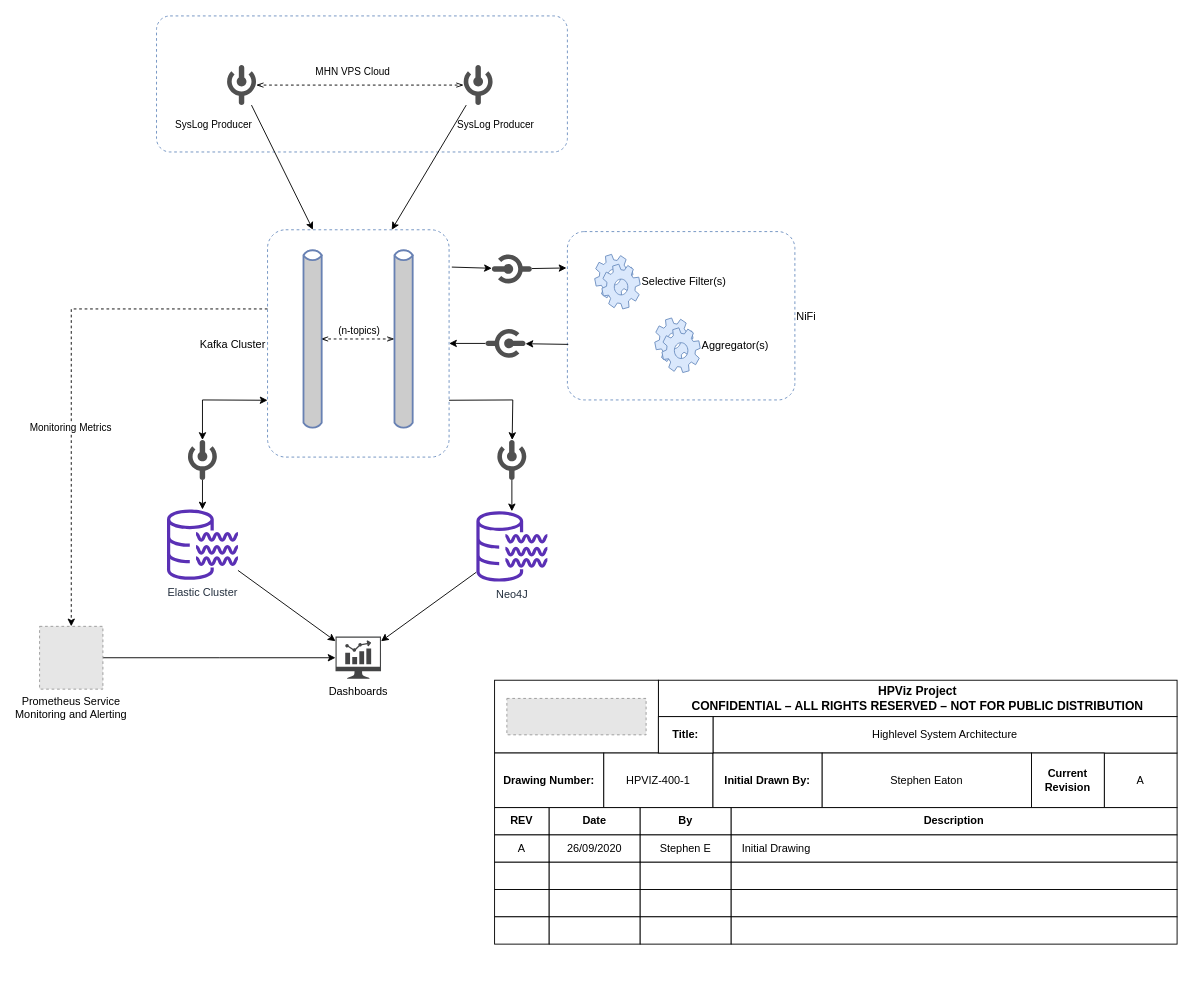
lukeburciu/hpviz keeps this draw.io diagram as drawings/Highlevel System Architect.drawio. Above is the earlier version. Source tidied: cells renumbered, new cells numbered last; positions are measured from the earlier drawing's top-left corner, leaving out a move shared by most shapes. Both pictures are drawn from the tidied source at 91%, with x=0, y=0 at pixel (39, 15). Pictures stored in the file or linked from it are replaced by grey dashed boxes.
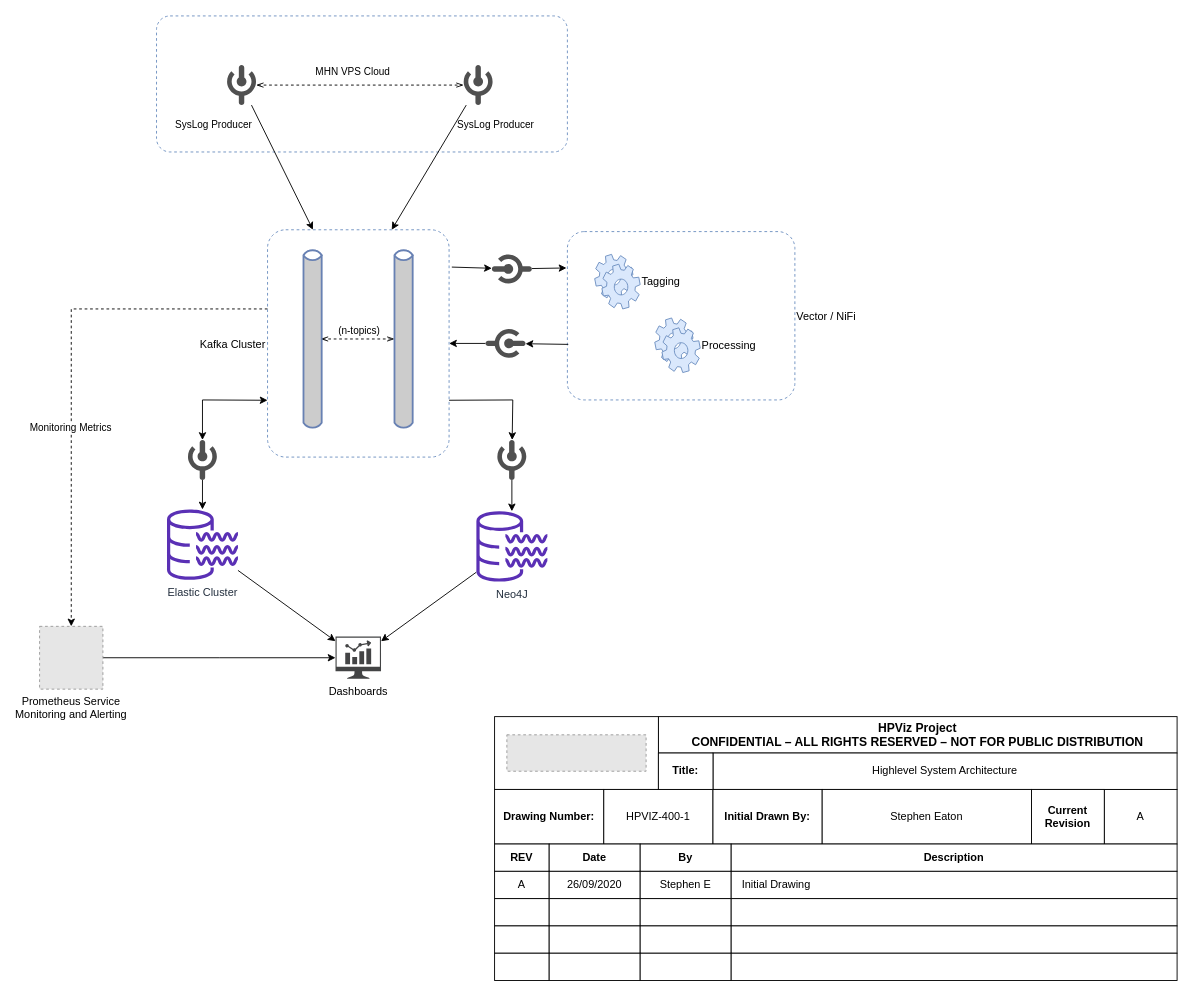
Above is the later version.

Diff of the diagram source:
```diff
@@
     <mxCell id="2" style="group;" parent="1" vertex="1">
-      <mxGeometry x="410" y="660" width="830" height="200" as="geometry" />
+      <mxGeometry x="410" y="700" width="830" height="200" as="geometry" />
     </mxCell>
@@
     <mxCell id="24" style="group;" parent="1" vertex="1">
-      <mxGeometry x="500" y="930" width="750" height="90" as="geometry" />
+      <mxGeometry x="500" y="970" width="750" height="90" as="geometry" />
     </mxCell>
@@
-    <mxCell id="37" value="NiFi" style="rounded=1;arcSize=10;strokeColor=#6c8ebf;dashed=1;glass=0;fillColor=none;labelPosition=right;verticalLabelPosition=middle;align=left;verticalAlign=middle;" parent="1" vertex="1">
+    <mxCell id="37" value="Vector / NiFi" style="rounded=1;arcSize=10;strokeColor=#6c8ebf;dashed=1;glass=0;fillColor=none;labelPosition=right;verticalLabelPosition=middle;align=left;verticalAlign=middle;" parent="1" vertex="1">
       <mxGeometry x="580" y="237" width="250" height="185" as="geometry" />
     </mxCell>
@@
-    <mxCell id="61" value="Selective Filter(s)" style="shape=mxgraph.bpmn.service_task;html=1;fillColor=#dae8fc;strokeColor=#6c8ebf;labelPosition=right;verticalLabelPosition=middle;align=left;verticalAlign=middle;" parent="1" vertex="1">
+    <mxCell id="61" value="Tagging" style="shape=mxgraph.bpmn.service_task;html=1;fillColor=#dae8fc;strokeColor=#6c8ebf;labelPosition=right;verticalLabelPosition=middle;align=left;verticalAlign=middle;" parent="1" vertex="1">
       <mxGeometry x="610" y="262" width="50" height="60" as="geometry" />
     </mxCell>
-    <mxCell id="62" value="Aggregator(s)" style="shape=mxgraph.bpmn.service_task;html=1;fillColor=#dae8fc;strokeColor=#6c8ebf;labelPosition=right;verticalLabelPosition=middle;align=left;verticalAlign=middle;" parent="1" vertex="1">
+    <mxCell id="62" value="Processing" style="shape=mxgraph.bpmn.service_task;html=1;fillColor=#dae8fc;strokeColor=#6c8ebf;labelPosition=right;verticalLabelPosition=middle;align=left;verticalAlign=middle;" parent="1" vertex="1">
       <mxGeometry x="676" y="331.9" width="50" height="60" as="geometry" />
     </mxCell>
```
